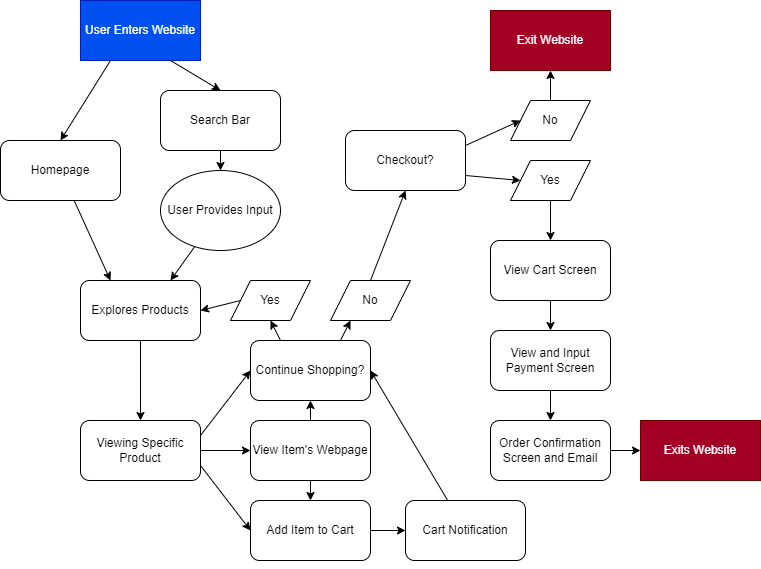
This is explore/diagramming/diagram.drawio.png from dylantrann/fa22-cse110-lab4, a draw.io export, as it was before one commit. Source tidied: cells renumbered, new cells last; positions are measured from the earlier drawing's top-left corner, leaving out a move shared by most shapes.
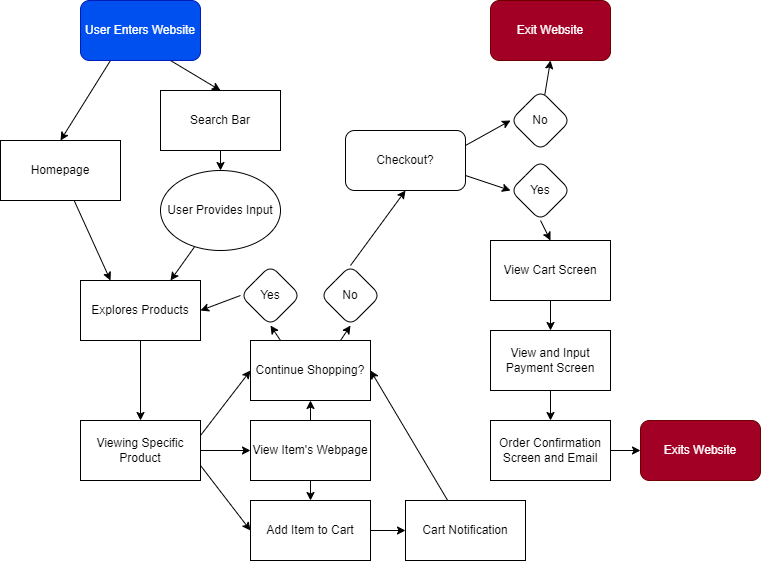
Later version of the same file.

What changed in the source:
```diff
@@ -8,25 +8,25 @@
     <mxCell id="3" style="edgeStyle=none;html=1;exitX=0.75;exitY=1;exitDx=0;exitDy=0;entryX=0.5;entryY=0;entryDx=0;entryDy=0;" parent="1" edge="1" source="4" target="8">
       <mxGeometry relative="1" as="geometry" />
     </mxCell>
-    <mxCell id="4" value="User Enters Website" style="rounded=0;whiteSpace=wrap;html=1;fillColor=#0050ef;fontColor=#ffffff;strokeColor=#001DBC;" parent="1" vertex="1">
+    <mxCell id="4" value="User Enters Website" style="rounded=1;whiteSpace=wrap;html=1;fillColor=#0050ef;fontColor=#ffffff;strokeColor=#001DBC;" parent="1" vertex="1">
       <mxGeometry x="80" width="120" height="60" as="geometry" />
     </mxCell>
     <mxCell id="5" style="edgeStyle=none;html=1;entryX=0.5;entryY=0;entryDx=0;entryDy=0;" parent="1" edge="1" source="6" target="16">
       <mxGeometry relative="1" as="geometry" />
     </mxCell>
-    <mxCell id="6" value="Explores Products" style="rounded=1;whiteSpace=wrap;html=1;" parent="1" vertex="1">
+    <mxCell id="6" value="Explores Products" style="rounded=0;whiteSpace=wrap;html=1;" parent="1" vertex="1">
       <mxGeometry x="80" y="280" width="120" height="60" as="geometry" />
     </mxCell>
     <mxCell id="7" style="edgeStyle=none;html=1;exitX=0.5;exitY=1;exitDx=0;exitDy=0;entryX=0.5;entryY=0;entryDx=0;entryDy=0;" parent="1" edge="1" source="8" target="12">
       <mxGeometry relative="1" as="geometry" />
     </mxCell>
-    <mxCell id="8" value="Search Bar" style="rounded=1;whiteSpace=wrap;html=1;" parent="1" vertex="1">
+    <mxCell id="8" value="Search Bar" style="rounded=0;whiteSpace=wrap;html=1;" parent="1" vertex="1">
       <mxGeometry x="160" y="90" width="120" height="60" as="geometry" />
     </mxCell>
     <mxCell id="9" style="edgeStyle=none;html=1;entryX=0.25;entryY=0;entryDx=0;entryDy=0;" parent="1" edge="1" source="10" target="6">
       <mxGeometry relative="1" as="geometry" />
     </mxCell>
-    <mxCell id="10" value="Homepage" style="rounded=1;whiteSpace=wrap;html=1;" parent="1" vertex="1">
+    <mxCell id="10" value="Homepage" style="rounded=0;whiteSpace=wrap;html=1;" parent="1" vertex="1">
       <mxGeometry y="140" width="120" height="60" as="geometry" />
     </mxCell>
     <mxCell id="11" style="edgeStyle=none;html=1;entryX=0.75;entryY=0;entryDx=0;entryDy=0;" parent="1" edge="1" source="12" target="6">
@@ -44,7 +44,7 @@
     <mxCell id="15" style="edgeStyle=none;html=1;exitX=1;exitY=0.25;exitDx=0;exitDy=0;entryX=0;entryY=0.5;entryDx=0;entryDy=0;" parent="1" edge="1" source="16" target="25">
       <mxGeometry relative="1" as="geometry" />
     </mxCell>
-    <mxCell id="16" value="Viewing Specific Product" style="rounded=1;whiteSpace=wrap;html=1;" parent="1" vertex="1">
+    <mxCell id="16" value="Viewing Specific Product" style="rounded=0;whiteSpace=wrap;html=1;" parent="1" vertex="1">
       <mxGeometry x="80" y="420" width="120" height="60" as="geometry" />
     </mxCell>
     <mxCell id="17" style="edgeStyle=none;html=1;entryX=0;entryY=0.5;entryDx=0;entryDy=0;" parent="1" edge="1" source="19" target="27">
@@ -55,7 +55,7 @@
         <mxPoint x="310" y="530" as="targetPoint" />
       </mxGeometry>
     </mxCell>
-    <mxCell id="19" value="Add Item to Cart" style="rounded=1;whiteSpace=wrap;html=1;" parent="1" vertex="1">
+    <mxCell id="19" value="Add Item to Cart" style="rounded=0;whiteSpace=wrap;html=1;" parent="1" vertex="1">
       <mxGeometry x="250" y="500" width="120" height="60" as="geometry" />
     </mxCell>
     <mxCell id="20" style="edgeStyle=none;html=1;entryX=0.5;entryY=1;entryDx=0;entryDy=0;" parent="1" edge="1" source="22" target="25">
@@ -64,80 +64,80 @@
     <mxCell id="21" style="edgeStyle=none;html=1;entryX=0.5;entryY=0;entryDx=0;entryDy=0;" parent="1" edge="1" source="22" target="19">
       <mxGeometry relative="1" as="geometry" />
     </mxCell>
-    <mxCell id="22" value="View Item's Webpage" style="rounded=1;whiteSpace=wrap;html=1;" parent="1" vertex="1">
+    <mxCell id="22" value="View Item's Webpage" style="rounded=0;whiteSpace=wrap;html=1;" parent="1" vertex="1">
       <mxGeometry x="250" y="420" width="120" height="60" as="geometry" />
     </mxCell>
-    <mxCell id="23" style="edgeStyle=none;html=1;exitX=0.25;exitY=0;exitDx=0;exitDy=0;entryX=0.5;entryY=1;entryDx=0;entryDy=0;" parent="1" edge="1" source="25" target="29">
-      <mxGeometry relative="1" as="geometry" />
-    </mxCell>
-    <mxCell id="24" style="edgeStyle=none;html=1;exitX=0.75;exitY=0;exitDx=0;exitDy=0;entryX=0.25;entryY=1;entryDx=0;entryDy=0;" parent="1" edge="1" source="25" target="31">
-      <mxGeometry relative="1" as="geometry" />
-    </mxCell>
+    <mxCell id="47" style="edgeStyle=none;html=1;exitX=0.25;exitY=0;exitDx=0;exitDy=0;entryX=0.5;entryY=1;entryDx=0;entryDy=0;" parent="1" edge="1" source="25" target="52">
+      <mxGeometry relative="1" as="geometry" />
+    </mxCell>
+    <mxCell id="48" style="edgeStyle=none;html=1;exitX=0.75;exitY=0;exitDx=0;exitDy=0;entryX=0.5;entryY=1;entryDx=0;entryDy=0;" parent="1" edge="1" source="25" target="54">
+      <mxGeometry relative="1" as="geometry" />
+    </mxCell>
-    <mxCell id="25" value="Continue Shopping?" style="rounded=1;whiteSpace=wrap;html=1;" parent="1" vertex="1">
+    <mxCell id="25" value="Continue Shopping?" style="rounded=0;whiteSpace=wrap;html=1;" parent="1" vertex="1">
       <mxGeometry x="250" y="340" width="120" height="60" as="geometry" />
     </mxCell>
     <mxCell id="26" style="edgeStyle=none;html=1;entryX=1;entryY=0.5;entryDx=0;entryDy=0;" parent="1" edge="1" source="27" target="25">
       <mxGeometry relative="1" as="geometry" />
     </mxCell>
-    <mxCell id="27" value="Cart Notification" style="rounded=1;whiteSpace=wrap;html=1;" parent="1" vertex="1">
+    <mxCell id="27" value="Cart Notification" style="rounded=0;whiteSpace=wrap;html=1;" parent="1" vertex="1">
       <mxGeometry x="405" y="500" width="120" height="60" as="geometry" />
     </mxCell>
-    <mxCell id="28" style="edgeStyle=none;html=1;exitX=0;exitY=0.5;exitDx=0;exitDy=0;entryX=1;entryY=0.5;entryDx=0;entryDy=0;" parent="1" edge="1" source="29" target="6">
-      <mxGeometry relative="1" as="geometry" />
-    </mxCell>
-    <mxCell id="29" value="Yes" style="shape=parallelogram;perimeter=parallelogramPerimeter;whiteSpace=wrap;html=1;fixedSize=1;" parent="1" vertex="1">
-      <mxGeometry x="230" y="280" width="80" height="40" as="geometry" />
-    </mxCell>
-    <mxCell id="30" style="edgeStyle=none;html=1;exitX=0.5;exitY=0;exitDx=0;exitDy=0;entryX=0.5;entryY=1;entryDx=0;entryDy=0;" parent="1" edge="1" source="31" target="34">
-      <mxGeometry relative="1" as="geometry" />
-    </mxCell>
-    <mxCell id="31" value="No" style="shape=parallelogram;perimeter=parallelogramPerimeter;whiteSpace=wrap;html=1;fixedSize=1;" parent="1" vertex="1">
-      <mxGeometry x="330" y="280" width="80" height="40" as="geometry" />
-    </mxCell>
-    <mxCell id="32" style="edgeStyle=none;html=1;exitX=1;exitY=0.75;exitDx=0;exitDy=0;entryX=0;entryY=0.5;entryDx=0;entryDy=0;" parent="1" edge="1" source="34" target="38">
-      <mxGeometry relative="1" as="geometry" />
-    </mxCell>
-    <mxCell id="33" style="edgeStyle=none;html=1;exitX=1;exitY=0.25;exitDx=0;exitDy=0;entryX=0;entryY=0.5;entryDx=0;entryDy=0;" parent="1" edge="1" source="34" target="36">
-      <mxGeometry relative="1" as="geometry" />
-    </mxCell>
+    <mxCell id="49" style="edgeStyle=none;html=1;exitX=1;exitY=0.25;exitDx=0;exitDy=0;entryX=0;entryY=0.5;entryDx=0;entryDy=0;" parent="1" edge="1" source="34" target="58">
+      <mxGeometry relative="1" as="geometry" />
+    </mxCell>
+    <mxCell id="50" style="edgeStyle=none;html=1;exitX=1;exitY=0.75;exitDx=0;exitDy=0;entryX=0;entryY=0.5;entryDx=0;entryDy=0;" parent="1" edge="1" source="34" target="56">
+      <mxGeometry relative="1" as="geometry" />
+    </mxCell>
     <mxCell id="34" value="Checkout?" style="rounded=1;whiteSpace=wrap;html=1;" parent="1" vertex="1">
       <mxGeometry x="345" y="130" width="120" height="60" as="geometry" />
     </mxCell>
-    <mxCell id="35" style="edgeStyle=none;html=1;entryX=0.5;entryY=1;entryDx=0;entryDy=0;" parent="1" edge="1" source="36" target="39">
-      <mxGeometry relative="1" as="geometry" />
-    </mxCell>
-    <mxCell id="36" value="No" style="shape=parallelogram;perimeter=parallelogramPerimeter;whiteSpace=wrap;html=1;fixedSize=1;" parent="1" vertex="1">
-      <mxGeometry x="510" y="100" width="80" height="40" as="geometry" />
-    </mxCell>
-    <mxCell id="37" style="edgeStyle=none;html=1;" parent="1" edge="1" source="38" target="41">
-      <mxGeometry relative="1" as="geometry" />
-    </mxCell>
-    <mxCell id="38" value="Yes" style="shape=parallelogram;perimeter=parallelogramPerimeter;whiteSpace=wrap;html=1;fixedSize=1;" parent="1" vertex="1">
-      <mxGeometry x="510" y="160" width="80" height="40" as="geometry" />
-    </mxCell>
-    <mxCell id="39" value="Exit Website" style="rounded=0;whiteSpace=wrap;html=1;fillColor=#a20025;fontColor=#ffffff;strokeColor=#6F0000;" parent="1" vertex="1">
-      <mxGeometry x="490" y="10" width="120" height="60" as="geometry" />
+    <mxCell id="39" value="Exit Website" style="rounded=1;whiteSpace=wrap;html=1;fillColor=#a20025;fontColor=#ffffff;strokeColor=#6F0000;" parent="1" vertex="1">
+      <mxGeometry x="490" width="120" height="60" as="geometry" />
     </mxCell>
     <mxCell id="40" style="edgeStyle=none;html=1;" parent="1" edge="1" source="41" target="43">
       <mxGeometry relative="1" as="geometry" />
     </mxCell>
-    <mxCell id="41" value="View Cart Screen" style="rounded=1;whiteSpace=wrap;html=1;" parent="1" vertex="1">
+    <mxCell id="41" value="View Cart Screen" style="rounded=0;whiteSpace=wrap;html=1;" parent="1" vertex="1">
       <mxGeometry x="490" y="240" width="120" height="60" as="geometry" />
     </mxCell>
     <mxCell id="42" style="edgeStyle=none;html=1;" parent="1" edge="1" source="43" target="45">
       <mxGeometry relative="1" as="geometry" />
     </mxCell>
-    <mxCell id="43" value="View and Input Payment Screen" style="rounded=1;whiteSpace=wrap;html=1;" parent="1" vertex="1">
+    <mxCell id="43" value="View and Input Payment Screen" style="rounded=0;whiteSpace=wrap;html=1;" parent="1" vertex="1">
       <mxGeometry x="490" y="330" width="120" height="60" as="geometry" />
     </mxCell>
     <mxCell id="44" style="edgeStyle=none;html=1;" parent="1" edge="1" source="45" target="46">
       <mxGeometry relative="1" as="geometry" />
     </mxCell>
-    <mxCell id="45" value="Order Confirmation Screen and Email" style="rounded=1;whiteSpace=wrap;html=1;" parent="1" vertex="1">
+    <mxCell id="45" value="Order Confirmation Screen and Email" style="rounded=0;whiteSpace=wrap;html=1;" parent="1" vertex="1">
       <mxGeometry x="490" y="420" width="120" height="60" as="geometry" />
     </mxCell>
-    <mxCell id="46" value="Exits Website" style="rounded=0;whiteSpace=wrap;html=1;fillColor=#a20025;fontColor=#ffffff;strokeColor=#6F0000;" parent="1" vertex="1">
+    <mxCell id="46" value="Exits Website" style="rounded=1;whiteSpace=wrap;html=1;fillColor=#a20025;fontColor=#ffffff;strokeColor=#6F0000;" parent="1" vertex="1">
       <mxGeometry x="640" y="420" width="120" height="60" as="geometry" />
     </mxCell>
+    <mxCell id="51" style="edgeStyle=none;html=1;exitX=0;exitY=0.5;exitDx=0;exitDy=0;entryX=1;entryY=0.5;entryDx=0;entryDy=0;" parent="1" edge="1" source="52" target="6">
+      <mxGeometry relative="1" as="geometry" />
+    </mxCell>
+    <mxCell id="52" value="Yes" style="rhombus;whiteSpace=wrap;html=1;rounded=1;" parent="1" vertex="1">
+      <mxGeometry x="240" y="265" width="60" height="60" as="geometry" />
+    </mxCell>
+    <mxCell id="53" style="edgeStyle=none;html=1;exitX=0.5;exitY=0;exitDx=0;exitDy=0;entryX=0.5;entryY=1;entryDx=0;entryDy=0;" parent="1" edge="1" source="54" target="34">
+      <mxGeometry relative="1" as="geometry" />
+    </mxCell>
+    <mxCell id="54" value="No" style="rhombus;whiteSpace=wrap;html=1;rounded=1;" parent="1" vertex="1">
+      <mxGeometry x="320" y="265" width="60" height="60" as="geometry" />
+    </mxCell>
+    <mxCell id="55" style="edgeStyle=none;html=1;exitX=0.5;exitY=1;exitDx=0;exitDy=0;entryX=0.5;entryY=0;entryDx=0;entryDy=0;" parent="1" edge="1" source="56" target="41">
+      <mxGeometry relative="1" as="geometry" />
+    </mxCell>
+    <mxCell id="56" value="Yes" style="rhombus;whiteSpace=wrap;html=1;rounded=1;" parent="1" vertex="1">
+      <mxGeometry x="510" y="160" width="60" height="60" as="geometry" />
+    </mxCell>
+    <mxCell id="57" style="edgeStyle=none;html=1;entryX=0.5;entryY=1;entryDx=0;entryDy=0;" parent="1" edge="1" source="58" target="39">
+      <mxGeometry relative="1" as="geometry" />
+    </mxCell>
+    <mxCell id="58" value="No" style="rhombus;whiteSpace=wrap;html=1;rounded=1;" parent="1" vertex="1">
+      <mxGeometry x="510" y="90" width="60" height="60" as="geometry" />
+    </mxCell>
   </root>
 </mxGraphModel>
```
